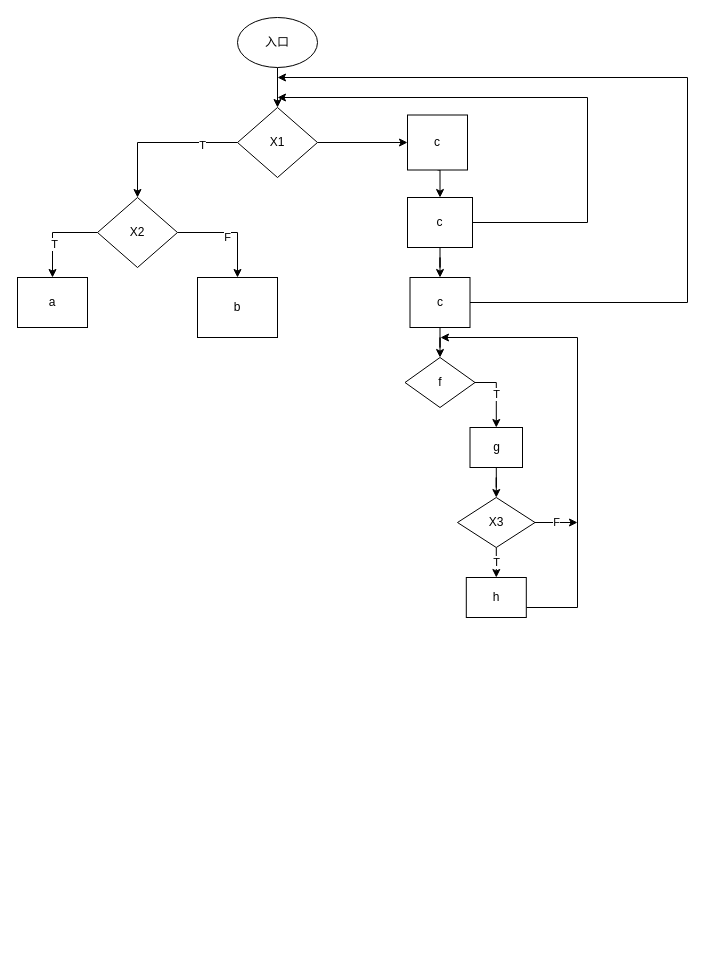
The draw.io diagram ao.drawio in JohnnyLin12/imghost, before the edit. Source tidied: cells renumbered, new cells numbered last; positions are measured from the earlier drawing's top-left corner, leaving out a move shared by most shapes. Both pictures are drawn from the tidied source at 100%, with x=0, y=0 at pixel (17, 17).
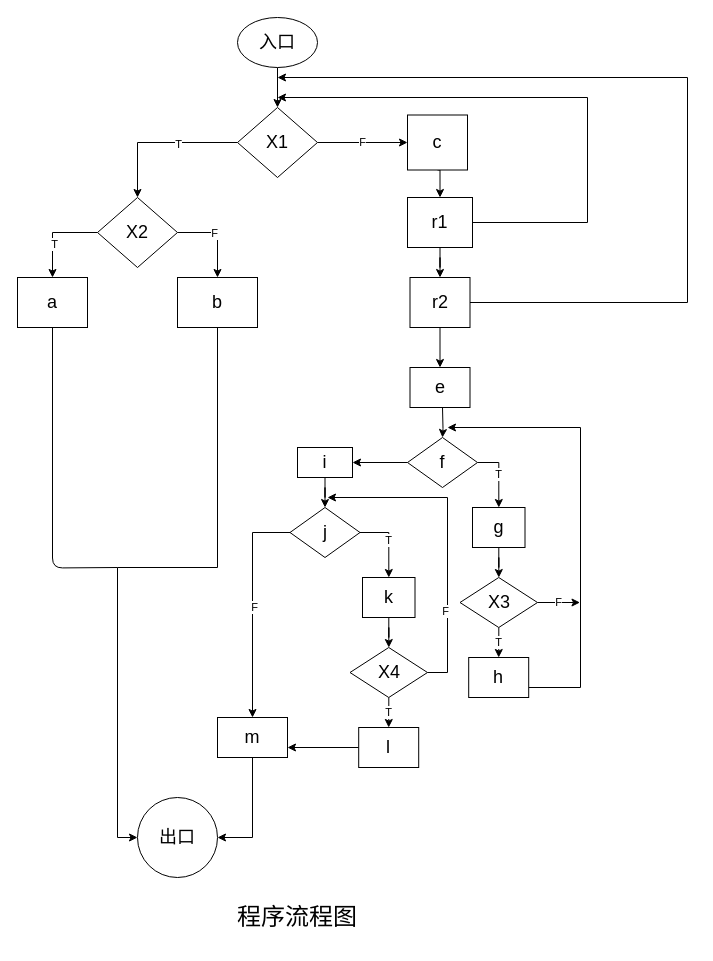
The same page after the edit.

Change to the diagram source:
```diff
@@
-    <mxCell id="3" value="入口" style="ellipse;whiteSpace=wrap;html=1;" parent="1" vertex="1">
+    <mxCell id="3" value="&lt;font style=&quot;font-size: 18px&quot;&gt;入口&lt;/font&gt;" style="ellipse;whiteSpace=wrap;html=1;" parent="1" vertex="1">
       <mxGeometry x="220" width="80" height="50" as="geometry" />
     </mxCell>
+    <mxCell id="6" value="F" style="edgeStyle=orthogonalEdgeStyle;rounded=0;jettySize=auto;html=1;" parent="1" edge="1" source="7" target="16">
+      <mxGeometry relative="1" as="geometry" />
+    </mxCell>
-    <mxCell id="4" style="edgeStyle=orthogonalEdgeStyle;rounded=0;jettySize=auto;html=1;" parent="1" edge="1" source="7" target="12">
+    <mxCell id="4" style="edgeStyle=orthogonalEdgeStyle;rounded=0;jettySize=auto;html=1;entryX=0.5;entryY=0;entryDx=0;entryDy=0;" parent="1" edge="1" source="7" target="12">
       <mxGeometry relative="1" as="geometry" />
     </mxCell>
     <mxCell id="5" value="T" style="edgeLabel;html=1;align=center;verticalAlign=middle;" parent="4" vertex="1">
-      <mxGeometry x="-0.54" y="2" relative="1" as="geometry" />
+      <mxGeometry x="-0.23" y="1" relative="1" as="geometry" />
     </mxCell>
-    <mxCell id="6" style="edgeStyle=orthogonalEdgeStyle;rounded=0;jettySize=auto;html=1;" parent="1" edge="1" source="7" target="16">
-      <mxGeometry relative="1" as="geometry" />
-    </mxCell>
-    <mxCell id="7" value="X1" style="rhombus;whiteSpace=wrap;html=1;" parent="1" vertex="1">
+    <mxCell id="7" value="&lt;font style=&quot;font-size: 18px&quot;&gt;X1&lt;/font&gt;" style="rhombus;whiteSpace=wrap;html=1;" parent="1" vertex="1">
       <mxGeometry x="220" y="90" width="80" height="70" as="geometry" />
     </mxCell>
     <mxCell id="8" style="edgeStyle=orthogonalEdgeStyle;rounded=0;jettySize=auto;html=1;" parent="1" edge="1" source="12" target="13">
-      <mxGeometry relative="1" as="geometry" />
+      <mxGeometry relative="1" as="geometry">
+        <Array as="points">
+          <mxPoint x="200" y="215" />
+        </Array>
+      </mxGeometry>
     </mxCell>
@@
-    <mxCell id="12" value="X2" style="rhombus;whiteSpace=wrap;html=1;" parent="1" vertex="1">
+    <mxCell id="12" value="&lt;font style=&quot;font-size: 18px&quot;&gt;X2&lt;/font&gt;" style="rhombus;whiteSpace=wrap;html=1;" parent="1" vertex="1">
       <mxGeometry x="80" y="180" width="80" height="70" as="geometry" />
     </mxCell>
+    <mxCell id="32" style="edgeStyle=orthogonalEdgeStyle;rounded=0;jettySize=auto;html=1;entryX=0;entryY=0.5;entryDx=0;entryDy=0;" parent="1" edge="1" source="13" target="54">
+      <mxGeometry relative="1" as="geometry">
+        <Array as="points">
+          <mxPoint x="200" y="550" />
+          <mxPoint x="100" y="550" />
+          <mxPoint x="100" y="820" />
+        </Array>
+      </mxGeometry>
+    </mxCell>
-    <mxCell id="13" value="b" style="whiteSpace=wrap;html=1;" parent="1" vertex="1">
-      <mxGeometry x="180" y="260" width="80" height="60" as="geometry" />
+    <mxCell id="13" value="&lt;font style=&quot;font-size: 18px&quot;&gt;b&lt;/font&gt;" style="whiteSpace=wrap;html=1;" parent="1" vertex="1">
+      <mxGeometry x="160" y="260" width="80" height="50" as="geometry" />
     </mxCell>
-    <mxCell id="14" value="a" style="whiteSpace=wrap;html=1;" parent="1" vertex="1">
+    <mxCell id="14" value="&lt;font style=&quot;font-size: 18px&quot;&gt;a&lt;/font&gt;" style="whiteSpace=wrap;html=1;" parent="1" vertex="1">
       <mxGeometry y="260" width="70" height="50" as="geometry" />
     </mxCell>
@@
-    <mxCell id="16" value="c" style="whiteSpace=wrap;html=1;" parent="1" vertex="1">
+    <mxCell id="16" value="&lt;font style=&quot;font-size: 18px&quot;&gt;c&lt;/font&gt;" style="whiteSpace=wrap;html=1;" parent="1" vertex="1">
       <mxGeometry x="390" y="97.5" width="60" height="55" as="geometry" />
     </mxCell>
@@
-    <mxCell id="19" value="c" style="whiteSpace=wrap;html=1;" parent="1" vertex="1">
+    <mxCell id="19" value="&lt;font style=&quot;font-size: 18px&quot;&gt;r1&lt;/font&gt;" style="whiteSpace=wrap;html=1;" parent="1" vertex="1">
       <mxGeometry x="390" y="180" width="65" height="50" as="geometry" />
     </mxCell>
@@
-    <mxCell id="21" style="edgeStyle=orthogonalEdgeStyle;rounded=0;jettySize=auto;html=1;" parent="1" edge="1" source="22" target="24">
-      <mxGeometry relative="1" as="geometry" />
-    </mxCell>
+    <mxCell id="33" style="edgeStyle=orthogonalEdgeStyle;rounded=0;jettySize=auto;html=1;" parent="1" edge="1" source="22" target="34">
+      <mxGeometry relative="1" as="geometry" />
+    </mxCell>
-    <mxCell id="22" value="c" style="whiteSpace=wrap;html=1;" parent="1" vertex="1">
+    <mxCell id="22" value="&lt;font style=&quot;font-size: 18px&quot;&gt;r2&lt;/font&gt;" style="whiteSpace=wrap;html=1;" parent="1" vertex="1">
       <mxGeometry x="392.5" y="260" width="60" height="50" as="geometry" />
     </mxCell>
+    <mxCell id="34" value="&lt;font style=&quot;font-size: 18px&quot;&gt;e&lt;/font&gt;" style="whiteSpace=wrap;html=1;" parent="1" vertex="1">
+      <mxGeometry x="392.5" y="350" width="60" height="40" as="geometry" />
+    </mxCell>
+    <mxCell id="35" style="edgeStyle=orthogonalEdgeStyle;rounded=0;jettySize=auto;html=1;" parent="1" edge="1" target="24">
+      <mxGeometry relative="1" as="geometry">
+        <mxPoint x="425" y="390" as="sourcePoint" />
+      </mxGeometry>
+    </mxCell>
@@
+    <mxCell id="36" style="edgeStyle=orthogonalEdgeStyle;rounded=0;jettySize=auto;html=1;" parent="1" edge="1" source="24" target="39">
+      <mxGeometry relative="1" as="geometry" />
+    </mxCell>
-    <mxCell id="24" value="f" style="rhombus;whiteSpace=wrap;html=1;" parent="1" vertex="1">
-      <mxGeometry x="387.5" y="340" width="70" height="50" as="geometry" />
+    <mxCell id="24" value="&lt;font style=&quot;font-size: 18px&quot;&gt;f&lt;/font&gt;" style="rhombus;whiteSpace=wrap;html=1;" parent="1" vertex="1">
+      <mxGeometry x="390" y="420" width="70" height="50" as="geometry" />
     </mxCell>
@@
-    <mxCell id="26" value="g" style="whiteSpace=wrap;html=1;" parent="1" vertex="1">
-      <mxGeometry x="452.5" y="410" width="52.5" height="40" as="geometry" />
+    <mxCell id="26" value="&lt;font style=&quot;font-size: 18px&quot;&gt;g&lt;/font&gt;" style="whiteSpace=wrap;html=1;" parent="1" vertex="1">
+      <mxGeometry x="455" y="490" width="52.5" height="40" as="geometry" />
     </mxCell>
@@
     <mxCell id="28" value="F" style="edgeStyle=orthogonalEdgeStyle;rounded=0;jettySize=auto;html=1;" parent="1" edge="1" source="29">
       <mxGeometry relative="1" as="geometry">
-        <mxPoint x="560" y="505" as="targetPoint" />
+        <mxPoint x="562.5" y="585" as="targetPoint" />
       </mxGeometry>
     </mxCell>
-    <mxCell id="29" value="X3" style="rhombus;whiteSpace=wrap;html=1;" parent="1" vertex="1">
-      <mxGeometry x="440" y="480" width="77.5" height="50" as="geometry" />
+    <mxCell id="29" value="&lt;font style=&quot;font-size: 18px&quot;&gt;X3&lt;/font&gt;" style="rhombus;whiteSpace=wrap;html=1;" parent="1" vertex="1">
+      <mxGeometry x="442.5" y="560" width="77.5" height="50" as="geometry" />
     </mxCell>
-    <mxCell id="30" style="edgeStyle=orthogonalEdgeStyle;rounded=0;jettySize=auto;html=1;" parent="1" edge="1" source="31">
-      <mxGeometry relative="1" as="geometry">
-        <mxPoint x="423" y="320" as="targetPoint" />
-        <Array as="points">
-          <mxPoint x="560" y="590" />
-          <mxPoint x="560" y="320" />
-        </Array>
-      </mxGeometry>
-    </mxCell>
+    <mxCell id="37" style="edgeStyle=orthogonalEdgeStyle;rounded=0;jettySize=auto;html=1;" parent="1" edge="1" source="31">
+      <mxGeometry relative="1" as="geometry">
+        <mxPoint x="430" y="410" as="targetPoint" />
+        <Array as="points">
+          <mxPoint x="563" y="670" />
+          <mxPoint x="563" y="410" />
+        </Array>
+      </mxGeometry>
+    </mxCell>
-    <mxCell id="31" value="h" style="whiteSpace=wrap;html=1;" parent="1" vertex="1">
-      <mxGeometry x="448.8" y="560" width="60" height="40" as="geometry" />
+    <mxCell id="31" value="&lt;font style=&quot;font-size: 18px&quot;&gt;h&lt;/font&gt;" style="whiteSpace=wrap;html=1;" parent="1" vertex="1">
+      <mxGeometry x="451.2" y="640" width="60" height="40" as="geometry" />
     </mxCell>
+    <mxCell id="38" style="edgeStyle=orthogonalEdgeStyle;rounded=0;jettySize=auto;html=1;entryX=0.5;entryY=0;entryDx=0;entryDy=0;" parent="1" edge="1" source="39" target="43">
+      <mxGeometry relative="1" as="geometry" />
+    </mxCell>
+    <mxCell id="39" value="&lt;font style=&quot;font-size: 18px&quot;&gt;i&lt;/font&gt;" style="whiteSpace=wrap;html=1;" parent="1" vertex="1">
+      <mxGeometry x="280" y="430" width="55" height="30" as="geometry" />
+    </mxCell>
+    <mxCell id="40" value="T" style="edgeStyle=orthogonalEdgeStyle;rounded=0;jettySize=auto;html=1;exitX=1;exitY=0.5;exitDx=0;exitDy=0;" parent="1" edge="1" source="43" target="45">
+      <mxGeometry relative="1" as="geometry" />
+    </mxCell>
+    <mxCell id="41" style="edgeStyle=orthogonalEdgeStyle;rounded=0;jettySize=auto;html=1;" parent="1" edge="1" source="43" target="53">
+      <mxGeometry relative="1" as="geometry" />
+    </mxCell>
+    <mxCell id="42" value="F" style="edgeLabel;html=1;align=center;verticalAlign=middle;" parent="41" vertex="1">
+      <mxGeometry x="0.01" y="1" relative="1" as="geometry" />
+    </mxCell>
+    <mxCell id="43" value="&lt;font style=&quot;font-size: 18px&quot;&gt;j&lt;/font&gt;" style="rhombus;whiteSpace=wrap;html=1;" parent="1" vertex="1">
+      <mxGeometry x="272.5" y="490" width="70" height="50" as="geometry" />
+    </mxCell>
+    <mxCell id="44" style="edgeStyle=orthogonalEdgeStyle;rounded=0;jettySize=auto;html=1;" parent="1" edge="1" source="45" target="47">
+      <mxGeometry relative="1" as="geometry" />
+    </mxCell>
+    <mxCell id="45" value="&lt;font style=&quot;font-size: 18px&quot;&gt;k&lt;/font&gt;" style="whiteSpace=wrap;html=1;" parent="1" vertex="1">
+      <mxGeometry x="345" y="560" width="52.5" height="40" as="geometry" />
+    </mxCell>
+    <mxCell id="46" value="T" style="edgeStyle=orthogonalEdgeStyle;rounded=0;jettySize=auto;html=1;" parent="1" edge="1" source="47" target="51">
+      <mxGeometry relative="1" as="geometry" />
+    </mxCell>
+    <mxCell id="47" value="&lt;font style=&quot;font-size: 18px&quot;&gt;X4&lt;/font&gt;" style="rhombus;whiteSpace=wrap;html=1;" parent="1" vertex="1">
+      <mxGeometry x="332.5" y="630" width="77.5" height="50" as="geometry" />
+    </mxCell>
+    <mxCell id="48" style="edgeStyle=orthogonalEdgeStyle;rounded=0;jettySize=auto;html=1;entryX=1;entryY=0.75;entryDx=0;entryDy=0;" parent="1" edge="1" source="51" target="53">
+      <mxGeometry relative="1" as="geometry">
+        <Array as="points">
+          <mxPoint x="270" y="730" />
+        </Array>
+      </mxGeometry>
+    </mxCell>
+    <mxCell id="49" style="edgeStyle=orthogonalEdgeStyle;rounded=0;jettySize=auto;html=1;exitX=1;exitY=0.5;exitDx=0;exitDy=0;" parent="1" edge="1" source="47">
+      <mxGeometry relative="1" as="geometry">
+        <mxPoint x="310" y="480" as="targetPoint" />
+        <Array as="points">
+          <mxPoint x="430" y="655" />
+          <mxPoint x="430" y="480" />
+        </Array>
+      </mxGeometry>
+    </mxCell>
+    <mxCell id="50" value="F" style="edgeLabel;html=1;align=center;verticalAlign=middle;" parent="49" vertex="1">
+      <mxGeometry x="-0.48" y="3" relative="1" as="geometry" />
+    </mxCell>
+    <mxCell id="51" value="&lt;font style=&quot;font-size: 18px&quot;&gt;l&lt;/font&gt;" style="whiteSpace=wrap;html=1;" parent="1" vertex="1">
+      <mxGeometry x="341.2" y="710" width="60" height="40" as="geometry" />
+    </mxCell>
+    <mxCell id="52" style="edgeStyle=orthogonalEdgeStyle;rounded=0;jettySize=auto;html=1;exitX=0.5;exitY=1;exitDx=0;exitDy=0;entryX=1;entryY=0.5;entryDx=0;entryDy=0;" parent="1" edge="1" source="53" target="54">
+      <mxGeometry relative="1" as="geometry" />
+    </mxCell>
+    <mxCell id="53" value="&lt;font style=&quot;font-size: 18px&quot;&gt;m&lt;/font&gt;" style="whiteSpace=wrap;html=1;" parent="1" vertex="1">
+      <mxGeometry x="200" y="700" width="70" height="40" as="geometry" />
+    </mxCell>
+    <mxCell id="54" value="&lt;font style=&quot;font-size: 18px&quot;&gt;出口&lt;/font&gt;" style="ellipse;whiteSpace=wrap;html=1;" parent="1" vertex="1">
+      <mxGeometry x="120" y="780" width="80" height="80" as="geometry" />
+    </mxCell>
+    <mxCell id="55" style="endArrow=none;html=1;entryX=0.5;entryY=1;entryDx=0;entryDy=0;edgeStyle=orthogonalEdgeStyle;" parent="1" edge="1" target="14">
+      <mxGeometry relative="1" as="geometry">
+        <mxPoint x="100" y="550" as="sourcePoint" />
+      </mxGeometry>
+    </mxCell>
+    <mxCell id="56" value="&lt;p class=&quot;MsoNormal&quot;&gt;&lt;span&gt;&lt;font face=&quot;宋体&quot; style=&quot;font-size: 24px&quot;&gt;程序流程图&lt;/font&gt;&lt;/span&gt;&lt;/p&gt;" style="text;html=1;strokeColor=none;fillColor=none;align=center;verticalAlign=middle;whiteSpace=wrap;rounded=0;" parent="1" vertex="1">
+      <mxGeometry x="130" y="890" width="300" height="20" as="geometry" />
+    </mxCell>
```
